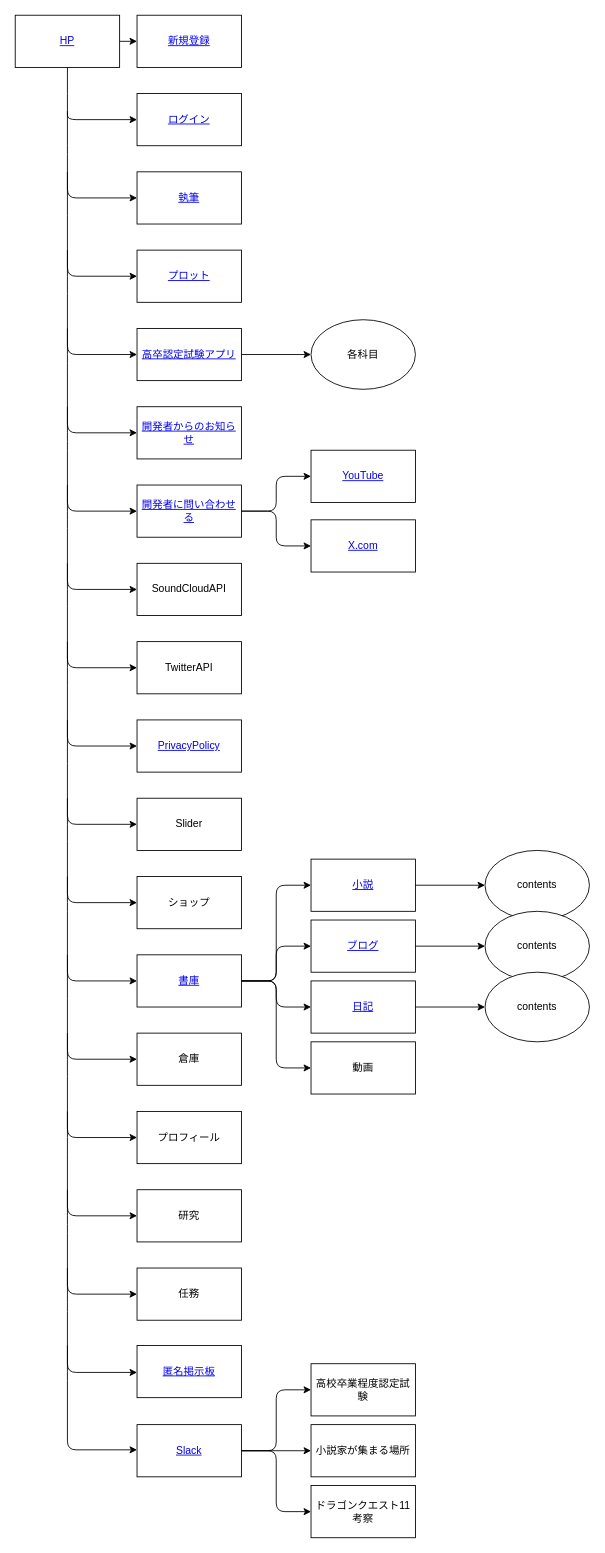
Before: 01.create/blog/DBに入れてないやつ/【ver.3.14.14現在】サイトマップ.drawio in himaorg/himatsubushi.org-STOP-, a draw.io diagram. Source tidied: cells renumbered, new cells numbered last; positions are measured from the earlier drawing's top-left corner, leaving out a move shared by most shapes. Both pictures are drawn from the tidied source at 87%, with x=0, y=0 at pixel (15, 15).
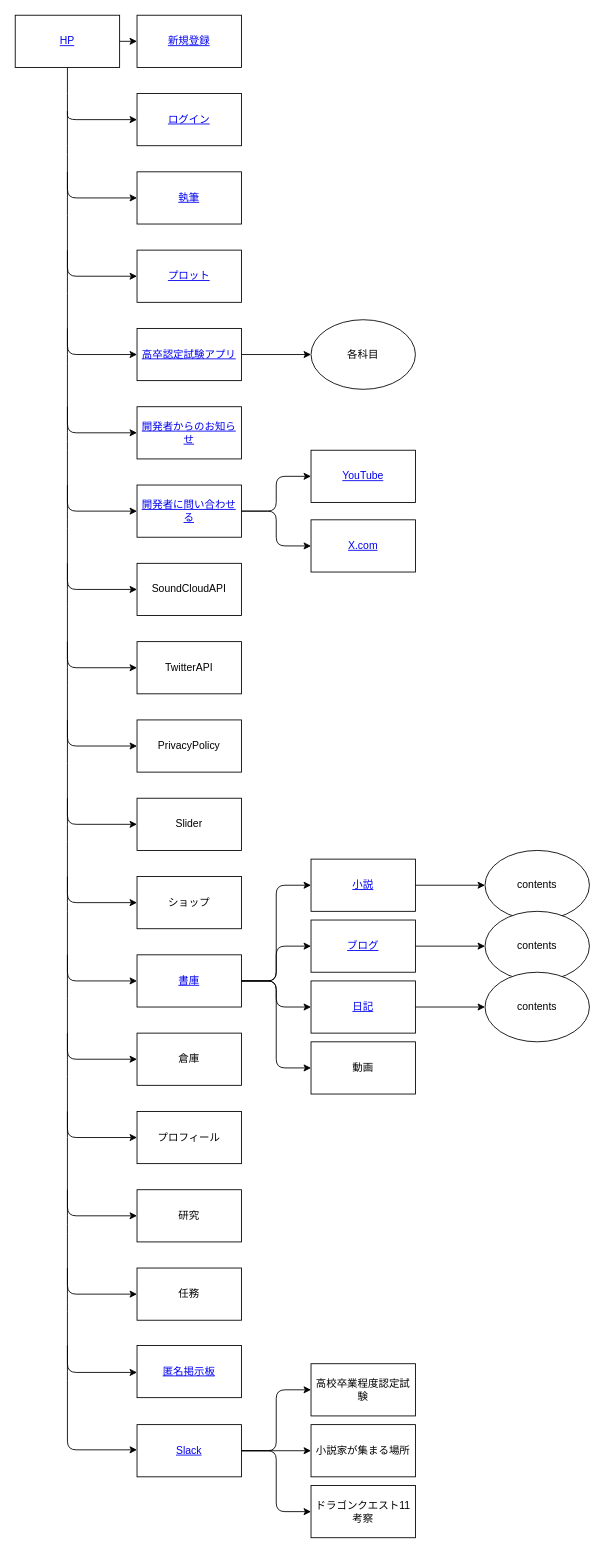
The same page after the edit.

The edit, as a diff of the source:
```diff
@@
-    <mxCell id="12" value="&lt;a href=&quot;https://himatsubushi.org/privacy-policy.html&quot;&gt;PrivacyPolicy&lt;/a&gt;" style="rounded=0;whiteSpace=wrap;html=1;" parent="1" vertex="1">
+    <mxCell id="12" value="PrivacyPolicy" style="rounded=0;whiteSpace=wrap;html=1;" parent="1" vertex="1">
       <mxGeometry x="140" y="810" width="120" height="60" as="geometry" />
     </mxCell>
```
